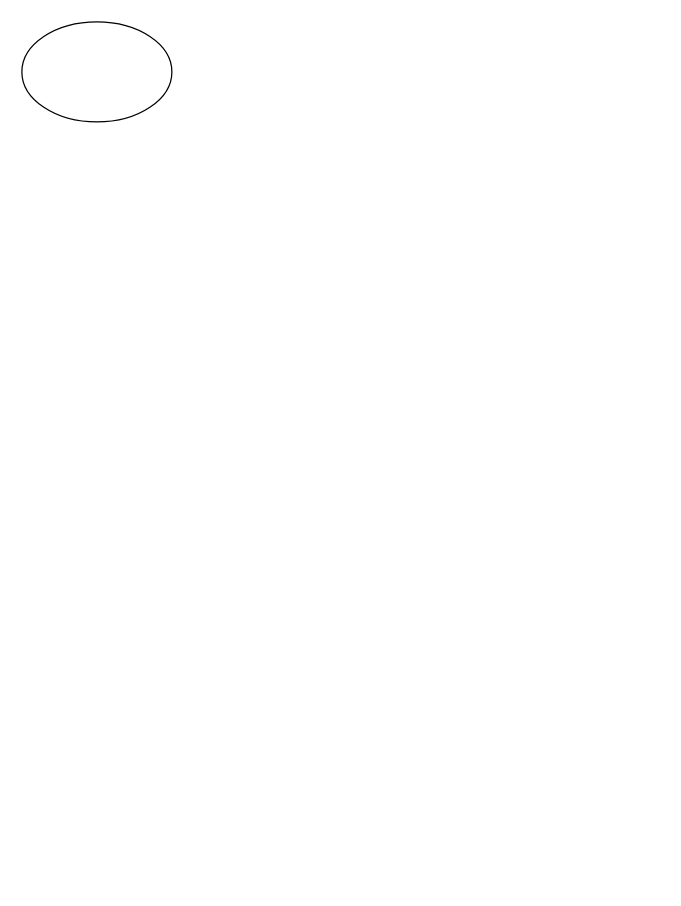
Above: Diagrama sem nome.drawio in Rato0101/Fluxogramas (draw.io), before the change. Source tidied: cells renumbered, new cells numbered last; positions are measured from the earlier drawing's top-left corner, leaving out a move shared by most shapes. Both pictures are drawn from the tidied source at 125%, with x=0, y=0 at pixel (21, 21).
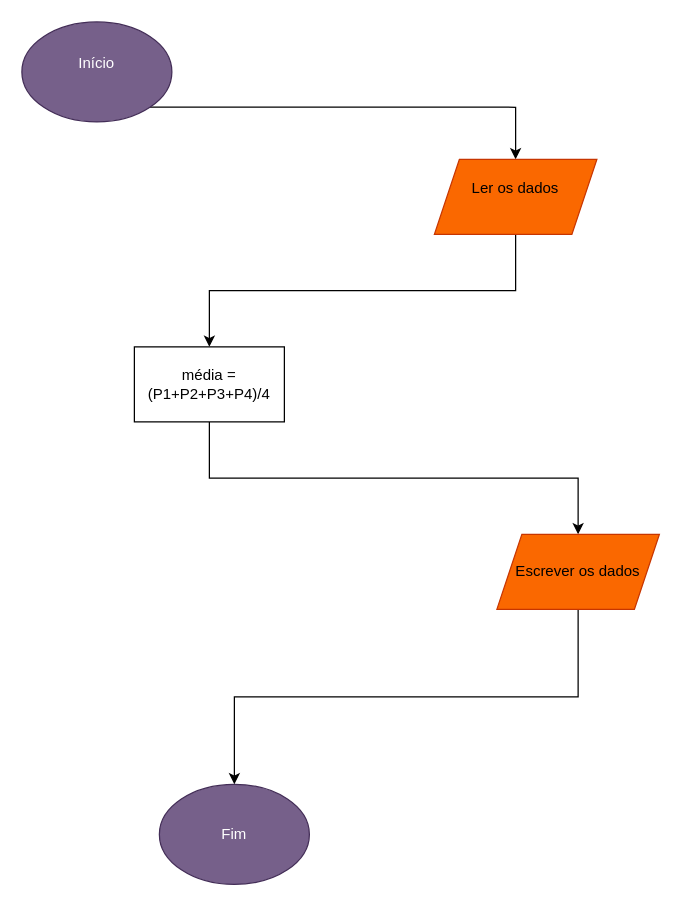
The same diagram, later.

Commit message:
Calcular a média de 4 num.drawio

The edit, as a diff of the source:
```diff
@@
 <mxGraphModel>
   <root>
     <mxCell id="0" />
     <mxCell id="1" parent="0" />
+    <mxCell id="3" style="edgeStyle=orthogonalEdgeStyle;rounded=0;jettySize=auto;html=1;exitX=1;exitY=1;exitDx=0;exitDy=0;entryX=0.5;entryY=0;entryDx=0;entryDy=0;" parent="1" edge="1" source="2" target="6">
+      <mxGeometry relative="1" as="geometry" />
+    </mxCell>
-    <mxCell id="2" style="ellipse;whiteSpace=wrap;html=1;shapeInside=1;" parent="1" vertex="1">
+    <mxCell id="2" value="Início&lt;div&gt;&lt;br/&gt;&lt;/div&gt;" style="ellipse;whiteSpace=wrap;html=1;shapeInside=1;fillColor=#76608a;strokeColor=#432D57;fontColor=#ffffff;" parent="1" vertex="1">
       <mxGeometry width="120" height="80" as="geometry" />
     </mxCell>
+    <mxCell id="4" value="Fim" style="ellipse;whiteSpace=wrap;html=1;shapeInside=1;fillColor=#76608a;strokeColor=#432D57;fontColor=#ffffff;" parent="1" vertex="1">
+      <mxGeometry x="110" y="610" width="120" height="80" as="geometry" />
+    </mxCell>
+    <mxCell id="5" style="edgeStyle=orthogonalEdgeStyle;rounded=0;jettySize=auto;html=1;exitX=0.5;exitY=1;exitDx=0;exitDy=0;entryX=0.5;entryY=0;entryDx=0;entryDy=0;" parent="1" edge="1" source="6" target="8">
+      <mxGeometry relative="1" as="geometry" />
+    </mxCell>
+    <mxCell id="6" value="Ler os dados&lt;div&gt;&lt;br&gt;&lt;/div&gt;" style="shape=parallelogram;perimeter=parallelogramPerimeter;whiteSpace=wrap;html=1;shapeInside=1;fixedSize=1;fillColor=#fa6800;fontColor=#000000;strokeColor=#C73500;" parent="1" vertex="1">
+      <mxGeometry x="330" y="110" width="130" height="60" as="geometry" />
+    </mxCell>
+    <mxCell id="7" style="edgeStyle=orthogonalEdgeStyle;rounded=0;jettySize=auto;html=1;exitX=0.5;exitY=1;exitDx=0;exitDy=0;entryX=0.5;entryY=0;entryDx=0;entryDy=0;" parent="1" edge="1" source="8" target="10">
+      <mxGeometry relative="1" as="geometry" />
+    </mxCell>
+    <mxCell id="8" value="média = (P1+P2+P3+P4)/4" style="rounded=0;whiteSpace=wrap;html=1;" parent="1" vertex="1">
+      <mxGeometry x="90" y="260" width="120" height="60" as="geometry" />
+    </mxCell>
+    <mxCell id="9" style="edgeStyle=orthogonalEdgeStyle;rounded=0;jettySize=auto;html=1;exitX=0.5;exitY=1;exitDx=0;exitDy=0;entryX=0.5;entryY=0;entryDx=0;entryDy=0;" parent="1" edge="1" source="10" target="4">
+      <mxGeometry relative="1" as="geometry" />
+    </mxCell>
+    <mxCell id="10" value="&lt;div&gt;Escrever os dados&lt;/div&gt;" style="shape=parallelogram;perimeter=parallelogramPerimeter;whiteSpace=wrap;html=1;shapeInside=1;fixedSize=1;fillColor=#fa6800;fontColor=#000000;strokeColor=#C73500;" parent="1" vertex="1">
+      <mxGeometry x="380" y="410" width="130" height="60" as="geometry" />
+    </mxCell>
   </root>
 </mxGraphModel>
```
